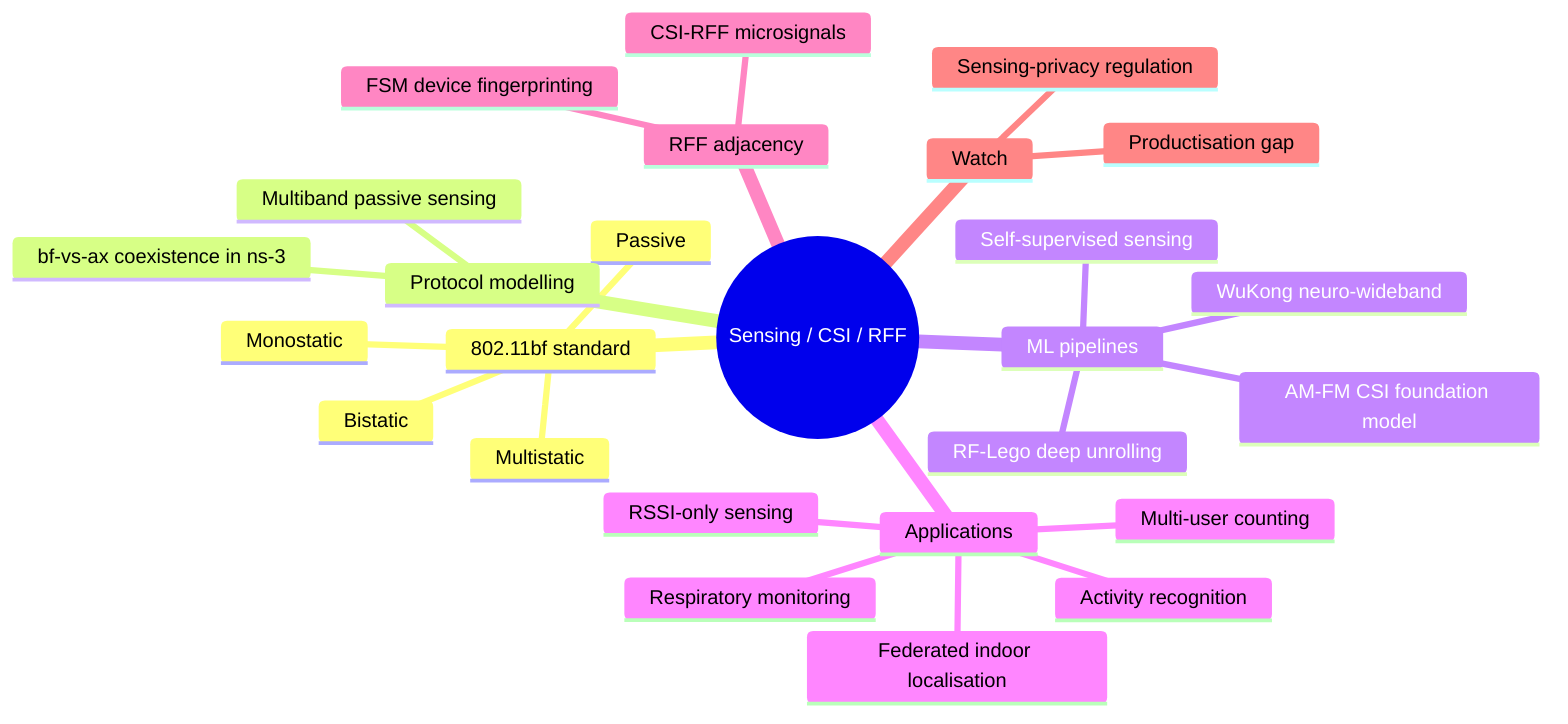
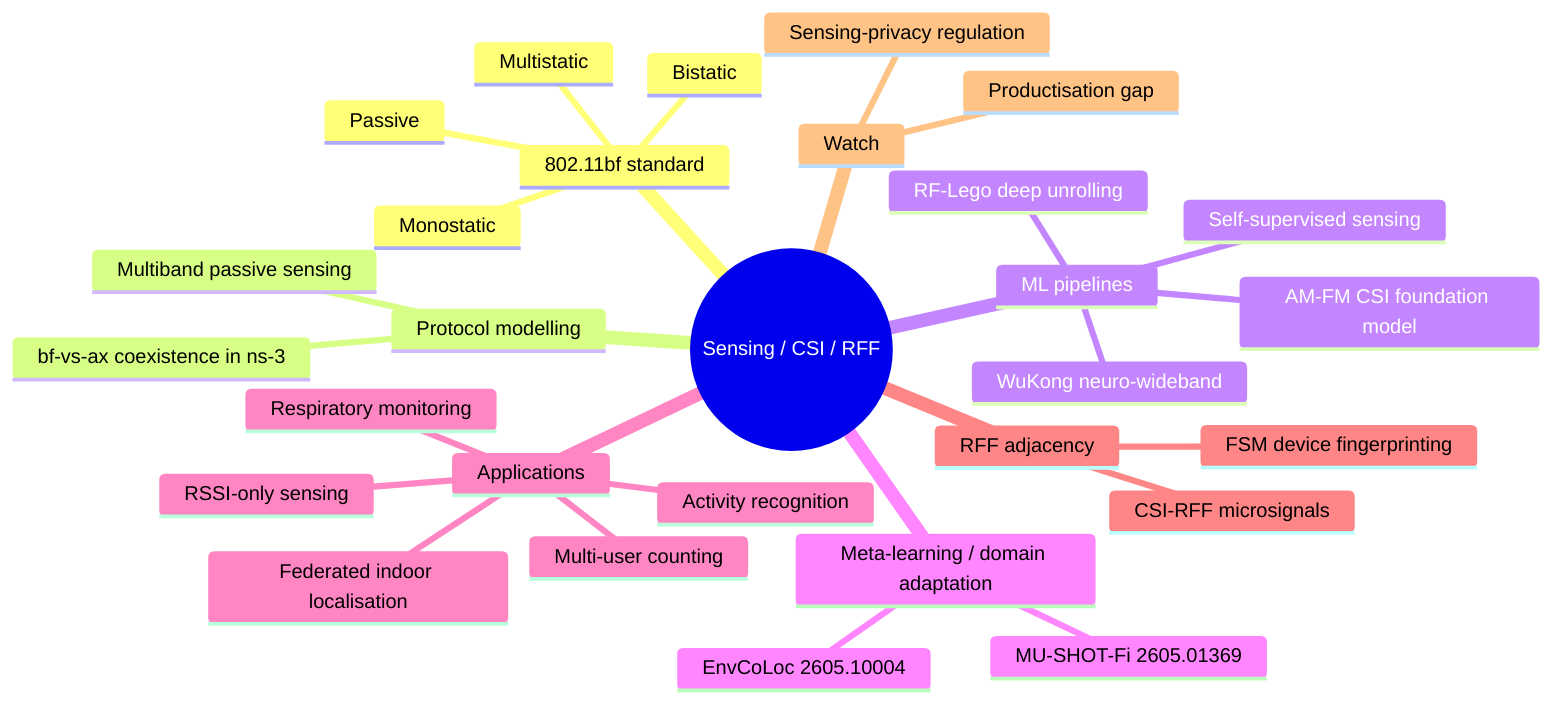
mindmap
  root((Sensing / CSI / RFF))
    802.11bf standard
      Monostatic
      Bistatic
      Multistatic
      Passive
    Protocol modelling
      bf-vs-ax coexistence in ns-3
      Multiband passive sensing
    ML pipelines
      WuKong neuro-wideband
      RF-Lego deep unrolling
      AM-FM CSI foundation model
      Self-supervised sensing
+     Meta-learning / domain adaptation
+       MU-SHOT-Fi 2605.01369
+       EnvCoLoc 2605.10004
    Applications
      Respiratory monitoring
      Activity recognition
      Multi-user counting
      Federated indoor localisation
      RSSI-only sensing
    RFF adjacency
      CSI-RFF microsignals
      FSM device fingerprinting
    Watch
      Productisation gap
      Sensing-privacy regulation
